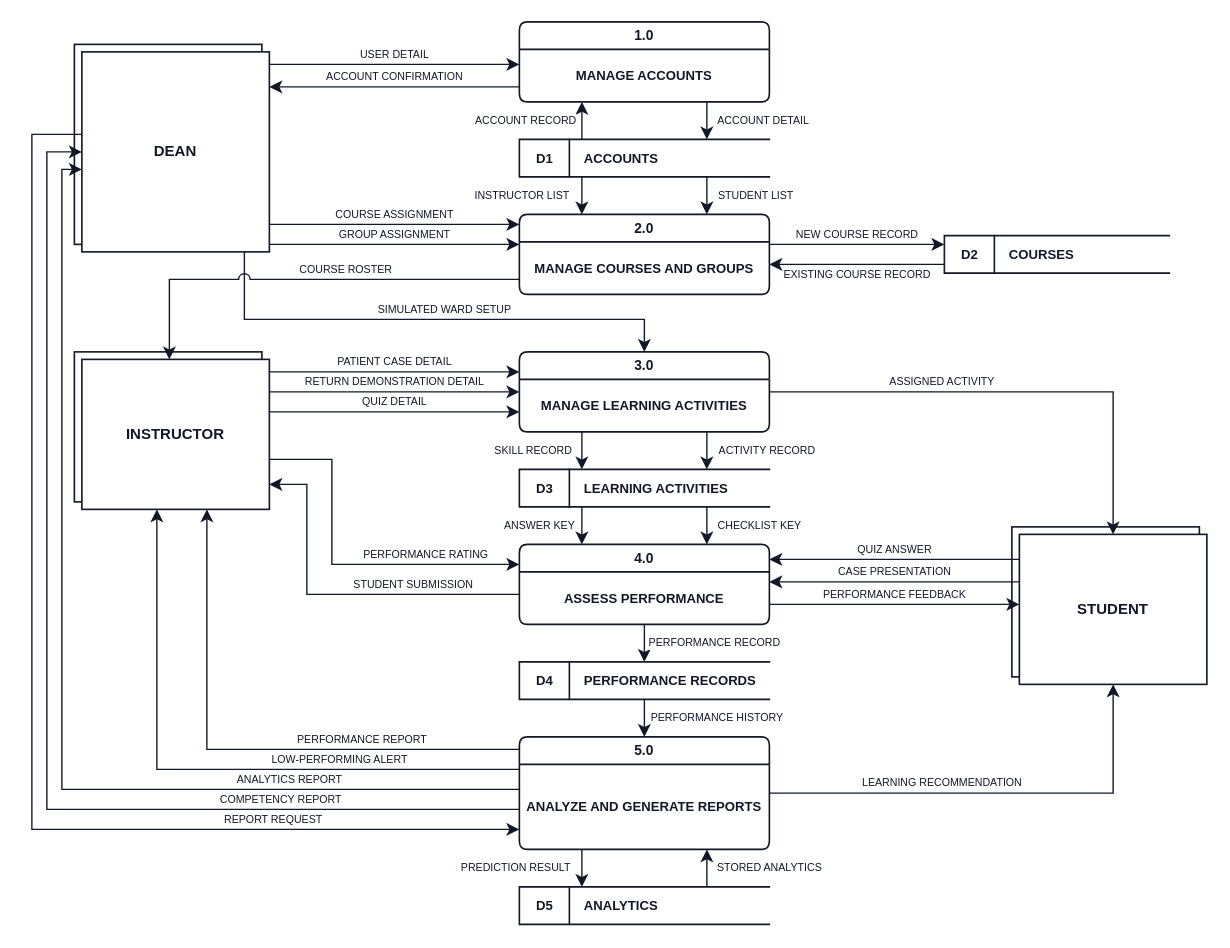
mdk-zero/icare keeps this draw.io diagram as docs/diagrams/data-flow-diagram.drawio. Above is the earlier version. Source tidied: cells renumbered, new cells numbered last; positions are measured from the earlier drawing's top-left corner, leaving out a move shared by most shapes. Both pictures are drawn from the tidied source at 125%, with x=0, y=0 at pixel (31, 21).
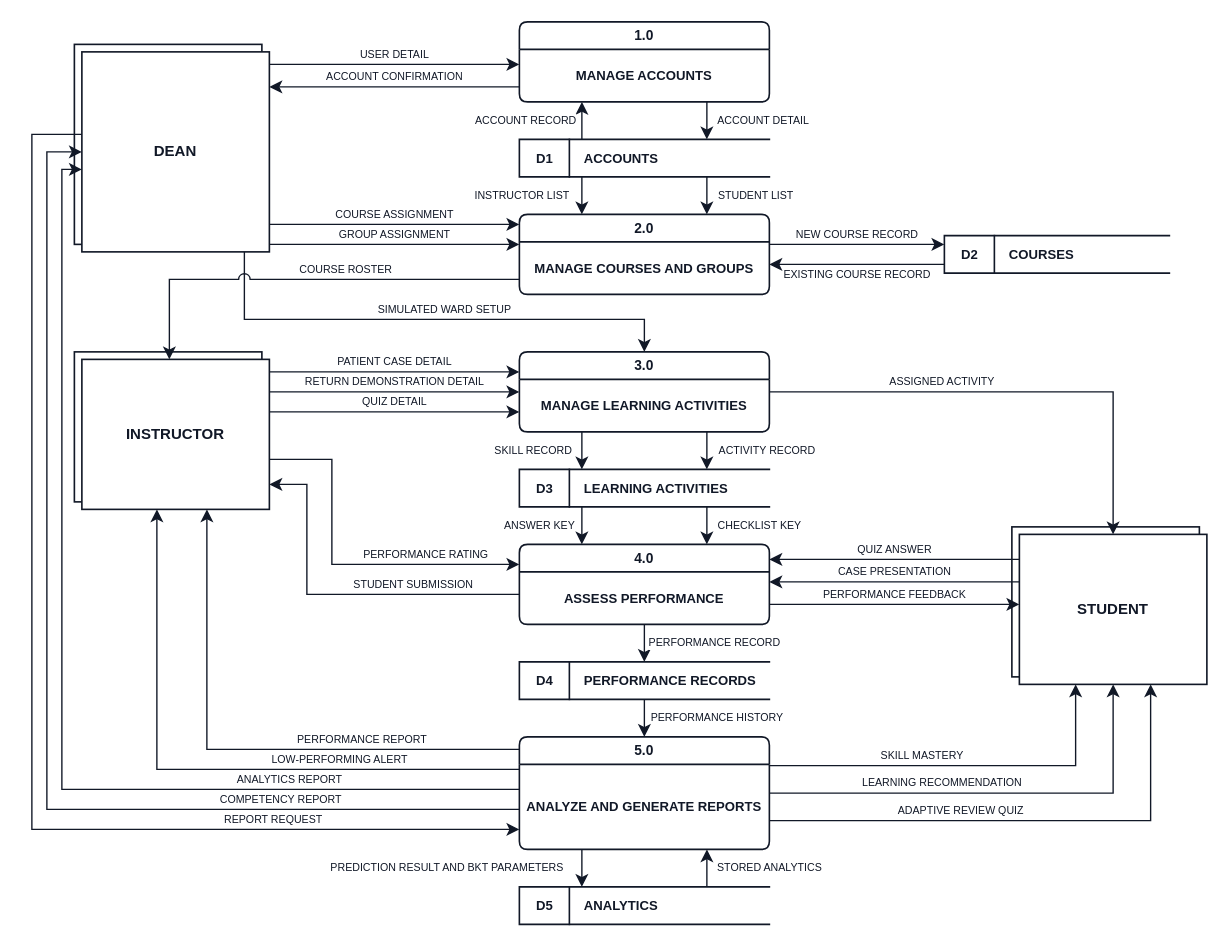
Above is the later version.

Unchanged cells that the change refers to:
```xml
<mxCell id="10" value="5.0" style="swimlane;rounded=1;arcSize=10;startSize=22;html=1;whiteSpace=wrap;fillColor=#ffffff;swimlaneFillColor=#ffffff;strokeColor=#111827;strokeWidth=1.3;fontSize=11;fontStyle=1;fontColor=#111827;fontFamily=Helvetica;" parent="1" vertex="1">
  <mxGeometry x="390" y="572" width="200" height="90" as="geometry" />
</mxCell>
<mxCell id="20" value="ANALYTICS" style="shape=partialRectangle;right=0;html=1;whiteSpace=wrap;align=left;spacingLeft=50;fillColor=#ffffff;strokeColor=#111827;strokeWidth=1.3;fontSize=10.5;fontStyle=1;fontColor=#111827;fontFamily=Helvetica;" parent="1" vertex="1">
  <mxGeometry x="390" y="692" width="200" height="30" as="geometry" />
</mxCell>
<mxCell id="30" value="STUDENT" style="rounded=0;html=1;whiteSpace=wrap;fillColor=#ffffff;strokeColor=#111827;strokeWidth=1.3;fontFamily=Helvetica;fontSize=12;fontStyle=1;fontColor=#111827;" parent="28" vertex="1">
  <mxGeometry x="6" y="6" width="150" height="120" as="geometry" />
</mxCell>
```

Change to the diagram source:
```diff
@@
-    <mxCell id="43" value="PREDICTION RESULT" style="edgeStyle=orthogonalEdgeStyle;rounded=0;html=1;jumpStyle=arc;jumpSize=9;strokeColor=#111827;strokeWidth=1.1;endArrow=classic;endFill=1;endSize=7;fontSize=8.5;fontColor=#111827;labelBackgroundColor=#ffffff;fontFamily=Helvetica;exitX=0.25;exitY=1;exitDx=0;exitDy=0;entryX=0.25;entryY=0;entryDx=0;entryDy=0;" parent="1" edge="1" source="10" target="20">
+    <mxCell id="43" value="PREDICTION RESULT AND BKT PARAMETERS" style="edgeStyle=orthogonalEdgeStyle;rounded=0;html=1;jumpStyle=arc;jumpSize=9;strokeColor=#111827;strokeWidth=1.1;endArrow=classic;endFill=1;endSize=7;fontSize=8.5;fontColor=#111827;labelBackgroundColor=#ffffff;fontFamily=Helvetica;exitX=0.25;exitY=1;exitDx=0;exitDy=0;entryX=0.25;entryY=0;entryDx=0;entryDy=0;" parent="1" edge="1" source="10" target="20">
       <mxGeometry relative="1" as="geometry">
-        <mxPoint x="-53" as="offset" />
+        <mxPoint x="-108" as="offset" />
       </mxGeometry>
     </mxCell>
@@
+    <mxCell id="66" value="SKILL MASTERY" style="edgeStyle=orthogonalEdgeStyle;rounded=0;html=1;jumpStyle=arc;jumpSize=9;strokeColor=#111827;strokeWidth=1.1;endArrow=classic;endFill=1;endSize=7;fontSize=8.5;fontColor=#111827;labelBackgroundColor=#ffffff;fontFamily=Helvetica;exitX=1;exitY=0.2556;exitDx=0;exitDy=0;entryX=0.3;entryY=1;entryDx=0;entryDy=0;" parent="1" edge="1" source="10" target="30">
+      <mxGeometry x="-0.21" relative="1" as="geometry">
+        <Array as="points">
+          <mxPoint x="835" y="595" />
+        </Array>
+        <mxPoint y="-8" as="offset" />
+      </mxGeometry>
+    </mxCell>
@@
+    <mxCell id="67" value="ADAPTIVE REVIEW QUIZ" style="edgeStyle=orthogonalEdgeStyle;rounded=0;html=1;jumpStyle=arc;jumpSize=9;strokeColor=#111827;strokeWidth=1.1;endArrow=classic;endFill=1;endSize=7;fontSize=8.5;fontColor=#111827;labelBackgroundColor=#ffffff;fontFamily=Helvetica;exitX=1;exitY=0.7444;exitDx=0;exitDy=0;entryX=0.7;entryY=1;entryDx=0;entryDy=0;" parent="1" edge="1" source="10" target="30">
+      <mxGeometry x="-0.26" relative="1" as="geometry">
+        <Array as="points">
+          <mxPoint x="895" y="639" />
+        </Array>
+        <mxPoint y="-8" as="offset" />
+      </mxGeometry>
+    </mxCell>
```
